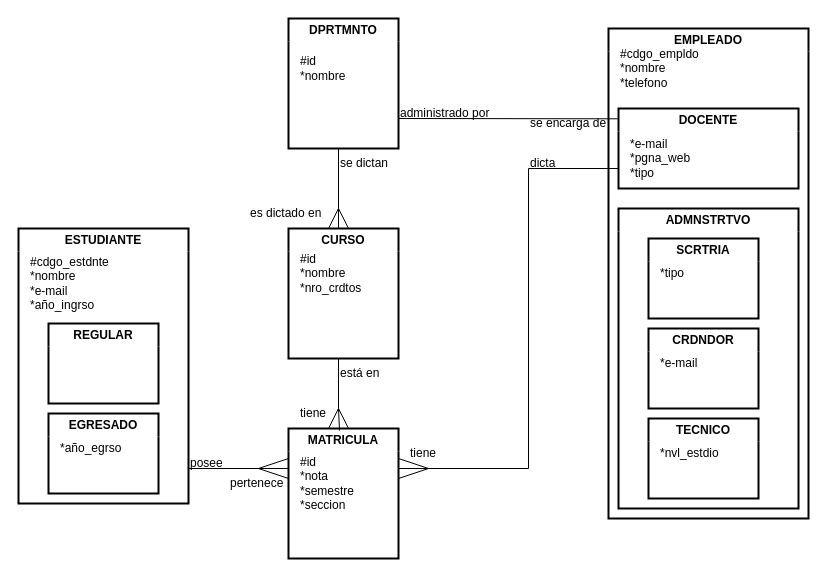
Earlier version of the draw.io diagram page "ej-c" (3 of 3) of practica2_ej1.drawio (AlexisEV/diagramas-er). Source tidied: cells renumbered, new cells numbered last; positions are measured from the earlier drawing's top-left corner, leaving out a move shared by most shapes. Both pictures are drawn from the tidied source at 100%, with x=0, y=0 at pixel (18, 18).
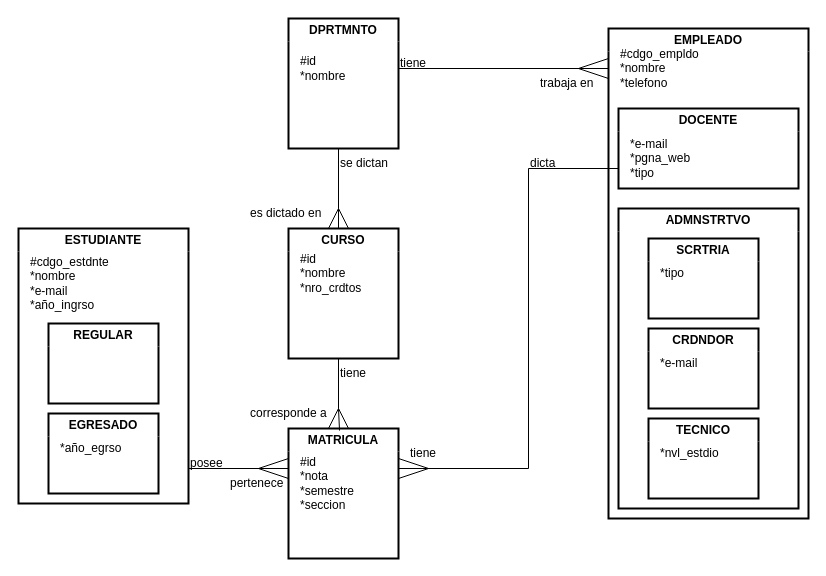
Above is the later version.

Unchanged cells that the change refers to:
```xml
<mxCell id="13" value="DOCENTE" style="swimlane;whiteSpace=wrap;html=1;perimeterSpacing=7;strokeWidth=2;swimlaneLine=0;glass=0;fillColor=none;strokeColor=#000000;" parent="11" vertex="1">
  <mxGeometry x="10" y="80" width="180" height="80" as="geometry" />
</mxCell>
```

Diff of the diagram source:
```diff
@@
-    <mxCell id="9" style="endArrow=none;html=1;rounded=0;entryX=0.032;entryY=0.184;entryDx=0;entryDy=0;entryPerimeter=0;" parent="1" edge="1" target="13">
-      <mxGeometry relative="1" as="geometry">
-        <mxPoint x="380" y="100" as="sourcePoint" />
-      </mxGeometry>
-    </mxCell>
@@
-    <mxCell id="24" value="administrado por" style="text;html=1;align=left;verticalAlign=middle;strokeColor=none;fillColor=none;" parent="1" vertex="1">
-      <mxGeometry x="380" y="80" width="110" height="30" as="geometry" />
+    <mxCell id="24" value="tiene" style="text;html=1;align=left;verticalAlign=middle;strokeColor=none;fillColor=none;" parent="1" vertex="1">
+      <mxGeometry x="380" y="30" width="50" height="30" as="geometry" />
     </mxCell>
-    <mxCell id="25" value="se encarga de" style="text;html=1;align=left;verticalAlign=middle;strokeColor=none;fillColor=none;" parent="1" vertex="1">
-      <mxGeometry x="510" y="90" width="100" height="30" as="geometry" />
-    </mxCell>
@@
-    <mxCell id="40" value="está en" style="text;html=1;align=left;verticalAlign=middle;strokeColor=none;fillColor=none;" parent="1" vertex="1">
-      <mxGeometry x="320" y="340" width="60" height="30" as="geometry" />
+    <mxCell id="40" value="tiene" style="text;html=1;align=left;verticalAlign=middle;strokeColor=none;fillColor=none;" parent="1" vertex="1">
+      <mxGeometry x="320" y="340" width="50" height="30" as="geometry" />
     </mxCell>
-    <mxCell id="41" value="tiene" style="text;html=1;align=left;verticalAlign=middle;strokeColor=none;fillColor=none;" parent="1" vertex="1">
-      <mxGeometry x="280" y="380" width="50" height="30" as="geometry" />
+    <mxCell id="41" value="corresponde a" style="text;html=1;align=left;verticalAlign=middle;strokeColor=none;fillColor=none;" parent="1" vertex="1">
+      <mxGeometry x="230" y="380" width="100" height="30" as="geometry" />
     </mxCell>
@@
+    <mxCell id="51" style="endArrow=none;html=1;rounded=0;" parent="1" edge="1">
+      <mxGeometry relative="1" as="geometry">
+        <mxPoint x="380" y="50" as="sourcePoint" />
+        <mxPoint x="590" y="50" as="targetPoint" />
+      </mxGeometry>
+    </mxCell>
+    <mxCell id="52" value="trabaja en" style="text;html=1;align=left;verticalAlign=middle;strokeColor=none;fillColor=none;" parent="1" vertex="1">
+      <mxGeometry x="520" y="50" width="80" height="30" as="geometry" />
+    </mxCell>
+    <mxCell id="53" style="endArrow=none;html=1;rounded=0;" parent="1" edge="1">
+      <mxGeometry relative="1" as="geometry">
+        <mxPoint x="560" y="50" as="sourcePoint" />
+        <mxPoint x="590" y="40" as="targetPoint" />
+      </mxGeometry>
+    </mxCell>
+    <mxCell id="54" style="endArrow=none;html=1;rounded=0;" parent="1" edge="1">
+      <mxGeometry relative="1" as="geometry">
+        <mxPoint x="560" y="50" as="sourcePoint" />
+        <mxPoint x="590" y="60" as="targetPoint" />
+      </mxGeometry>
+    </mxCell>
```
